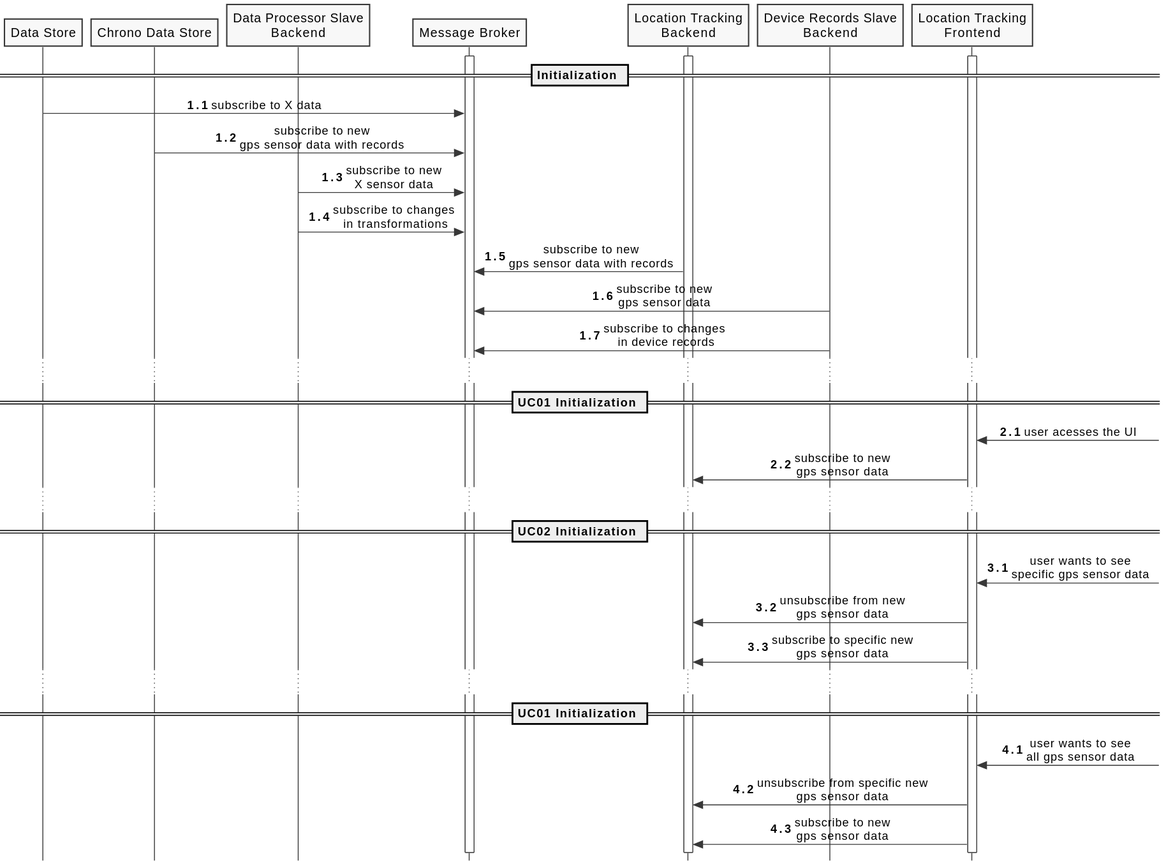
Above: docs/diagrams/process-view-level2-uc00.svg in FilipeMCruz/sensae-console (PlantUML), before the change.
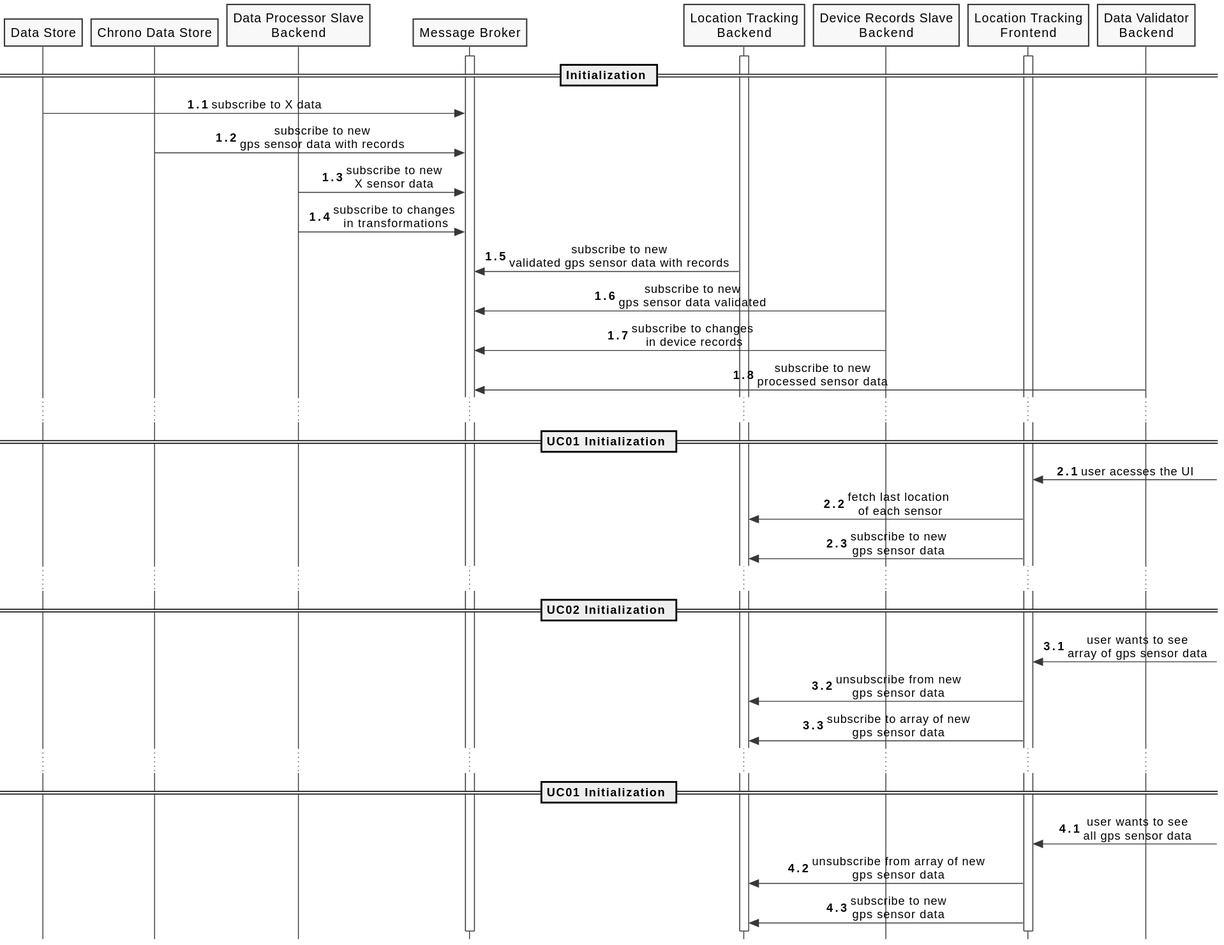
The same diagram one commit later.

Commit message:
Updated documentation with data validator

The edit, as a diff of the source:
```diff
@@ -15,38 +15,39 @@
 participant "Location Tracking\nBackend" as LTB
 participant "Device Records Slave\nBackend" as DRSB
 participant "Location Tracking\nFrontend" as LTF
+participant "Data Validator\nBackend" as DVB
 
 activate MB
 activate LTF
 activate LTB
 
 == Initialization ==
-DS -> MB : subscribe to X data
-CDS -> MB : subscribe to new\ngps sensor data with records
-SDP -> MB : subscribe to new\nX sensor data
-SDP -> MB : subscribe to changes\n in transformations
-LTB -> MB : subscribe to new\ngps sensor data with records
-DRSB -> MB : subscribe to new\ngps sensor data
+DS -> MB :   subscribe to X data
+CDS -> MB :  subscribe to new\ngps sensor data with records
+SDP -> MB :  subscribe to new\nX sensor data
+SDP -> MB :  subscribe to changes\n in transformations
+LTB -> MB :  subscribe to new\nvalidated gps sensor data with records
+DRSB -> MB : subscribe to new\ngps sensor data validated
 DRSB -> MB : subscribe to changes\n in device records
-
+DVB -> MB :  subscribe to new\nprocessed sensor data
 ...
 == UC01 Initialization ==
 autonumber inc A
 LTF <- : user acesses the UI
+LTF -> LTB : fetch last location\n of each sensor
 LTF -> LTB : subscribe to new\ngps sensor data
-
 ...
 == UC02 Initialization ==
 autonumber inc A
-LTF <- : user wants to see\nspecific gps sensor data
+LTF <- : user wants to see\narray of gps sensor data
 LTF -> LTB : unsubscribe from new\ngps sensor data
-LTF -> LTB : subscribe to specific new\ngps sensor data
+LTF -> LTB : subscribe to array of new\ngps sensor data
 
 ...
 == UC01 Initialization ==
 autonumber inc A
 LTF <- : user wants to see\nall gps sensor data
-LTF -> LTB : unsubscribe from specific new\ngps sensor data
+LTF -> LTB : unsubscribe from array of new\ngps sensor data
 LTF -> LTB : subscribe to new\ngps sensor data
 
 @enduml
```
